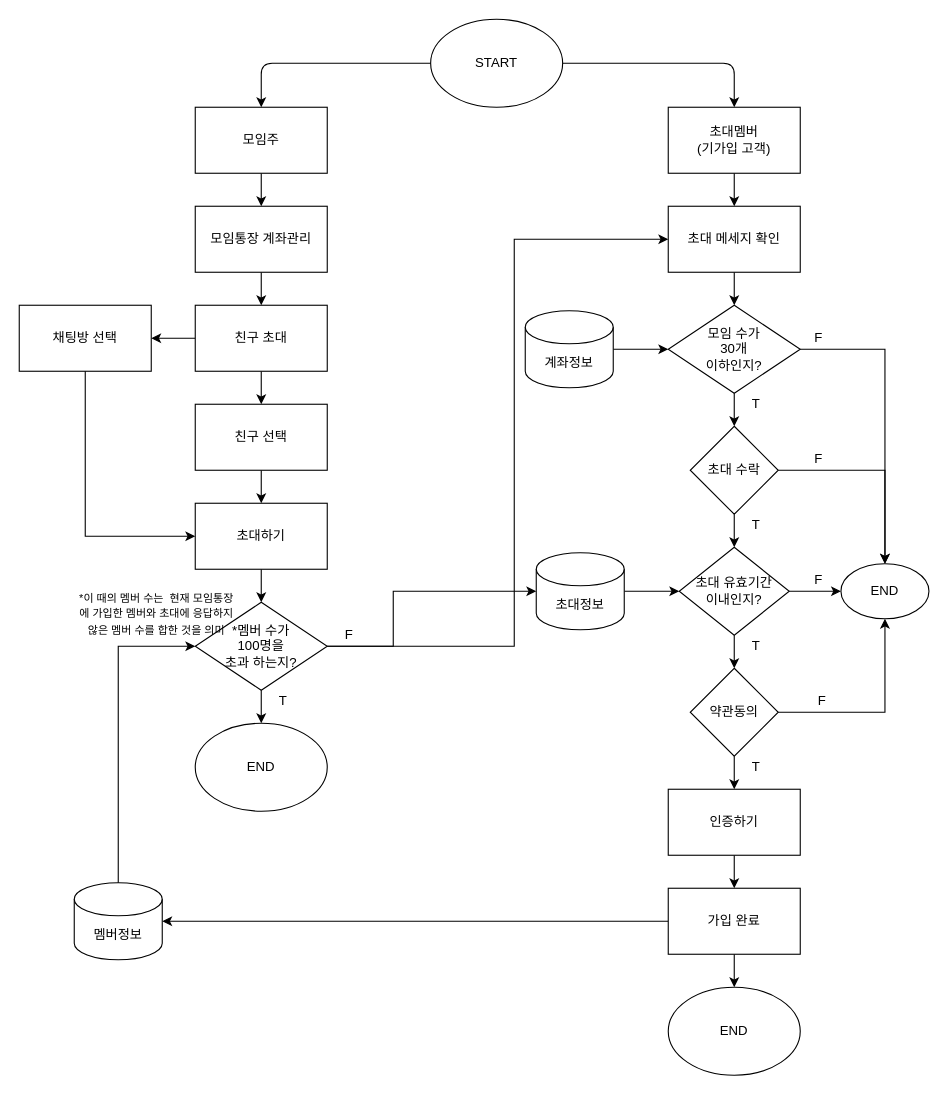
h22j2n/BeakJoon keeps this draw.io diagram as Untitled Diagram_2.drawio. Above is the earlier version. Source tidied: cells renumbered, new cells numbered last; positions are measured from the earlier drawing's top-left corner, leaving out a move shared by most shapes. Both pictures are drawn from the tidied source at 110%, with x=0, y=0 at pixel (19, 19).
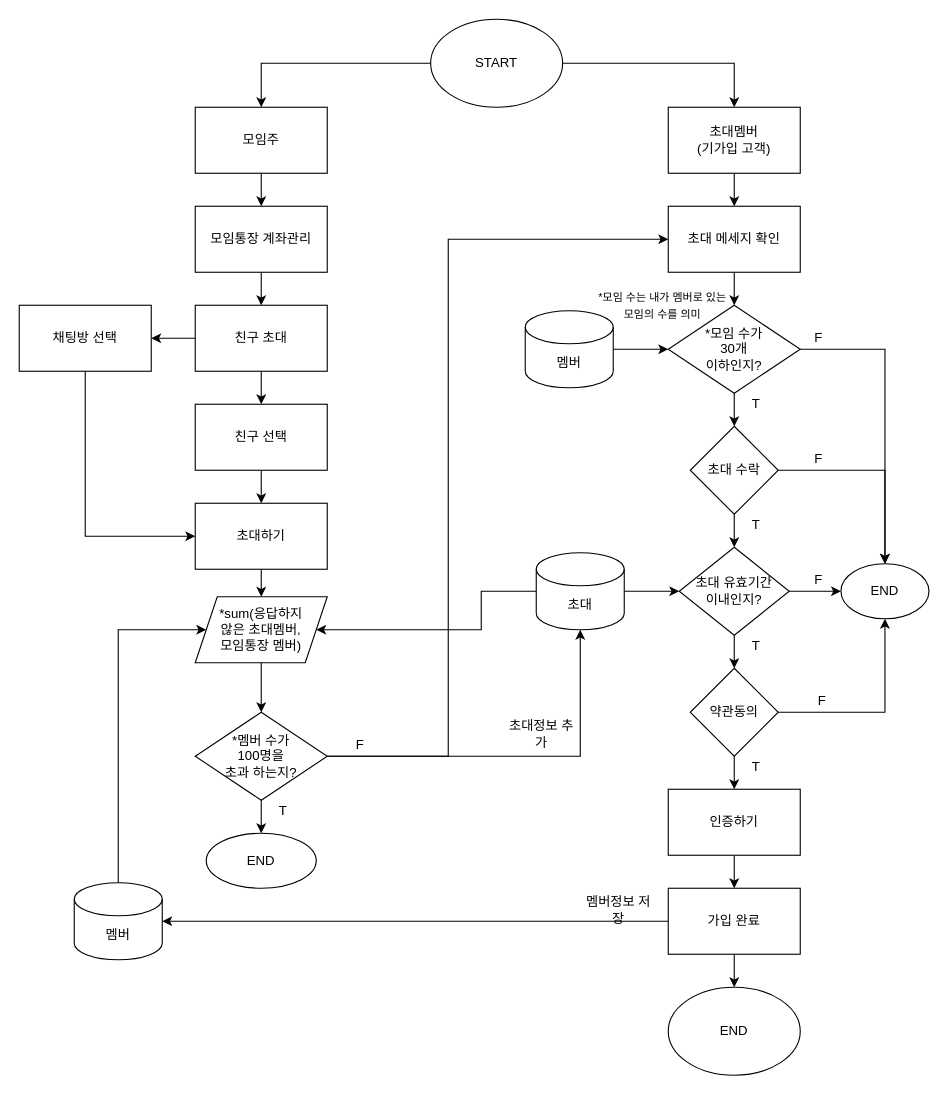
The same diagram, later.

Unchanged cells that the change refers to:
```xml
<mxCell id="2" value="START" style="ellipse;whiteSpace=wrap;html=1;" parent="1" vertex="1">
  <mxGeometry x="374" width="120" height="80" as="geometry" />
</mxCell>
<mxCell id="4" value="모임주" style="rounded=0;whiteSpace=wrap;html=1;" parent="1" vertex="1">
  <mxGeometry x="160" y="80" width="120" height="60" as="geometry" />
</mxCell>
<mxCell id="6" value="초대멤버&lt;br&gt;(기가입 고객)" style="rounded=0;whiteSpace=wrap;html=1;" parent="1" vertex="1">
  <mxGeometry x="590" y="80" width="120" height="60" as="geometry" />
</mxCell>
<mxCell id="19" value="초대하기" style="whiteSpace=wrap;html=1;rounded=0;" parent="1" vertex="1">
  <mxGeometry x="160" y="440" width="120" height="60" as="geometry" />
</mxCell>
<mxCell id="41" value="초대 메세지 확인" style="rounded=0;whiteSpace=wrap;html=1;" parent="1" vertex="1">
  <mxGeometry x="590" y="170" width="120" height="60" as="geometry" />
</mxCell>
```

The edit, as a diff of the source:
```diff
@@
-    <mxCell id="7" style="endArrow=classic;html=1;exitX=0;exitY=0.5;exitDx=0;exitDy=0;entryX=0.5;entryY=0;entryDx=0;entryDy=0;" parent="1" edge="1" source="2" target="4">
+    <mxCell id="7" style="endArrow=classic;html=1;exitX=0;exitY=0.5;exitDx=0;exitDy=0;entryX=0.5;entryY=0;entryDx=0;entryDy=0;rounded=0;" parent="1" edge="1" source="2" target="4">
       <mxGeometry relative="1" as="geometry">
         <Array as="points">
           <mxPoint x="220" y="40" />
         </Array>
       </mxGeometry>
     </mxCell>
-    <mxCell id="8" style="endArrow=classic;html=1;exitX=1;exitY=0.5;exitDx=0;exitDy=0;entryX=0.5;entryY=0;entryDx=0;entryDy=0;" parent="1" edge="1" source="2" target="6">
+    <mxCell id="8" style="endArrow=classic;html=1;exitX=1;exitY=0.5;exitDx=0;exitDy=0;entryX=0.5;entryY=0;entryDx=0;entryDy=0;rounded=0;" parent="1" edge="1" source="2" target="6">
       <mxGeometry relative="1" as="geometry">
         <Array as="points">
           <mxPoint x="650" y="40" />
         </Array>
       </mxGeometry>
     </mxCell>
@@
     <mxCell id="17" style="edgeStyle=orthogonalEdgeStyle;rounded=0;jettySize=auto;html=1;entryX=0;entryY=0.5;entryDx=0;entryDy=0;exitX=1;exitY=0.5;exitDx=0;exitDy=0;" parent="1" edge="1" source="45" target="41">
       <mxGeometry relative="1" as="geometry">
         <Array as="points">
-          <mxPoint x="450" y="570" />
-          <mxPoint x="450" y="200" />
+          <mxPoint x="390" y="670" />
+          <mxPoint x="390" y="200" />
         </Array>
       </mxGeometry>
     </mxCell>
-    <mxCell id="18" style="edgeStyle=orthogonalEdgeStyle;rounded=0;jettySize=auto;html=1;" parent="1" edge="1" source="19" target="45">
-      <mxGeometry relative="1" as="geometry" />
-    </mxCell>
+    <mxCell id="63" style="edgeStyle=orthogonalEdgeStyle;rounded=0;jettySize=auto;html=1;" parent="1" edge="1" source="19" target="67">
+      <mxGeometry relative="1" as="geometry" />
+    </mxCell>
@@
     <mxCell id="45" value="*멤버 수가&lt;br&gt;100명을&lt;br&gt;초과 하는지?" style="rhombus;whiteSpace=wrap;html=1;rounded=0;" parent="1" vertex="1">
-      <mxGeometry x="160" y="530" width="120" height="80" as="geometry" />
+      <mxGeometry x="160" y="630" width="120" height="80" as="geometry" />
     </mxCell>
     <mxCell id="46" value="END" style="ellipse;whiteSpace=wrap;html=1;rounded=0;" parent="1" vertex="1">
-      <mxGeometry x="160" y="640" width="120" height="80" as="geometry" />
+      <mxGeometry x="170" y="740" width="100" height="50" as="geometry" />
     </mxCell>
     <mxCell id="47" value="F" style="text;html=1;strokeColor=none;fillColor=none;align=center;verticalAlign=middle;whiteSpace=wrap;rounded=0;" parent="1" vertex="1">
-      <mxGeometry x="280" y="550" width="40" height="20" as="geometry" />
+      <mxGeometry x="290" y="650" width="40" height="20" as="geometry" />
     </mxCell>
     <mxCell id="48" value="T" style="text;html=1;strokeColor=none;fillColor=none;align=center;verticalAlign=middle;whiteSpace=wrap;rounded=0;" parent="1" vertex="1">
-      <mxGeometry x="220" y="610" width="40" height="20" as="geometry" />
+      <mxGeometry x="220" y="710" width="40" height="20" as="geometry" />
     </mxCell>
@@
-    <mxCell id="50" value="모임 수가&lt;br&gt;30개 &lt;br&gt;이하인지?" style="rhombus;whiteSpace=wrap;html=1;" parent="1" vertex="1">
+    <mxCell id="50" value="*모임 수가&lt;br&gt;30개 &lt;br&gt;이하인지?" style="rhombus;whiteSpace=wrap;html=1;" parent="1" vertex="1">
       <mxGeometry x="590" y="260" width="120" height="80" as="geometry" />
     </mxCell>
@@
-    <mxCell id="54" value="&lt;font style=&quot;font-size: 10px&quot;&gt;*이 때의 멤버 수는 &amp;nbsp;현재 모임통장에 가입한 멤버와 초대에 응답하지 않은 멤버 수를 합한 것을 의미&lt;/font&gt;" style="text;html=1;strokeColor=none;fillColor=none;align=center;verticalAlign=middle;whiteSpace=wrap;rounded=0;" parent="1" vertex="1">
-      <mxGeometry x="50" y="530" width="150" height="20" as="geometry" />
-    </mxCell>
@@
-    <mxCell id="57" value="계좌정보" style="shape=cylinder3;whiteSpace=wrap;html=1;boundedLbl=1;backgroundOutline=1;size=15;" parent="1" vertex="1">
+    <mxCell id="57" value="멤버" style="shape=cylinder3;whiteSpace=wrap;html=1;boundedLbl=1;backgroundOutline=1;size=15;" parent="1" vertex="1">
       <mxGeometry x="460" y="265" width="80" height="70" as="geometry" />
     </mxCell>
@@
-    <mxCell id="59" value="초대정보" style="shape=cylinder3;whiteSpace=wrap;html=1;boundedLbl=1;backgroundOutline=1;size=15;" parent="1" vertex="1">
+    <mxCell id="59" value="초대" style="shape=cylinder3;whiteSpace=wrap;html=1;boundedLbl=1;backgroundOutline=1;size=15;" parent="1" vertex="1">
       <mxGeometry x="470" y="485" width="80" height="70" as="geometry" />
     </mxCell>
-    <mxCell id="60" style="endArrow=classic;html=1;entryX=0;entryY=0.5;entryDx=0;entryDy=0;entryPerimeter=0;exitX=1;exitY=0.5;exitDx=0;exitDy=0;rounded=0;" parent="1" edge="1" source="45" target="59">
+    <mxCell id="60" style="endArrow=classic;html=1;entryX=0.5;entryY=1;entryDx=0;entryDy=0;entryPerimeter=0;exitX=1;exitY=0.5;exitDx=0;exitDy=0;rounded=0;" parent="1" edge="1" source="45" target="59">
       <mxGeometry relative="1" as="geometry">
         <Array as="points">
-          <mxPoint x="340" y="570" />
-          <mxPoint x="340" y="520" />
+          <mxPoint x="340" y="670" />
+          <mxPoint x="510" y="670" />
+          <mxPoint x="510" y="630" />
         </Array>
       </mxGeometry>
     </mxCell>
-    <mxCell id="61" value="멤버정보" style="shape=cylinder3;whiteSpace=wrap;html=1;boundedLbl=1;backgroundOutline=1;size=15;" parent="1" vertex="1">
+    <mxCell id="61" value="멤버" style="shape=cylinder3;whiteSpace=wrap;html=1;boundedLbl=1;backgroundOutline=1;size=15;" parent="1" vertex="1">
       <mxGeometry x="50" y="785" width="80" height="70" as="geometry" />
     </mxCell>
-    <mxCell id="62" style="endArrow=classic;html=1;exitX=0.5;exitY=0;exitDx=0;exitDy=0;exitPerimeter=0;entryX=0;entryY=0.5;entryDx=0;entryDy=0;rounded=0;" parent="1" edge="1" source="61" target="45">
+    <mxCell id="62" style="endArrow=classic;html=1;exitX=0.5;exitY=0;exitDx=0;exitDy=0;exitPerimeter=0;rounded=0;entryX=0;entryY=0.5;entryDx=0;entryDy=0;" parent="1" edge="1" source="61" target="67">
       <mxGeometry relative="1" as="geometry">
         <Array as="points">
-          <mxPoint x="90" y="570" />
+          <mxPoint x="90" y="555" />
         </Array>
       </mxGeometry>
     </mxCell>
+    <mxCell id="64" value="멤버정보 저장" style="text;html=1;strokeColor=none;fillColor=none;align=center;verticalAlign=middle;whiteSpace=wrap;rounded=0;" parent="1" vertex="1">
+      <mxGeometry x="510" y="800" width="70" height="20" as="geometry" />
+    </mxCell>
+    <mxCell id="65" value="초대정보 추가" style="text;html=1;strokeColor=none;fillColor=none;align=center;verticalAlign=middle;whiteSpace=wrap;rounded=0;" parent="1" vertex="1">
+      <mxGeometry x="440" y="640" width="70" height="20" as="geometry" />
+    </mxCell>
+    <mxCell id="66" style="edgeStyle=orthogonalEdgeStyle;rounded=0;jettySize=auto;html=1;entryX=0.5;entryY=0;entryDx=0;entryDy=0;" parent="1" edge="1" source="67" target="45">
+      <mxGeometry relative="1" as="geometry" />
+    </mxCell>
+    <mxCell id="67" value="*sum(응답하지 &lt;br&gt;않은 초대멤버,&lt;br&gt;모임통장 멤버)" style="shape=parallelogram;perimeter=parallelogramPerimeter;whiteSpace=wrap;html=1;fixedSize=1;rounded=0;" parent="1" vertex="1">
+      <mxGeometry x="160" y="525" width="120" height="60" as="geometry" />
+    </mxCell>
+    <mxCell id="68" style="endArrow=classic;html=1;exitX=0;exitY=0.5;exitDx=0;exitDy=0;exitPerimeter=0;entryX=1;entryY=0.5;entryDx=0;entryDy=0;rounded=0;" parent="1" edge="1" source="59" target="67">
+      <mxGeometry relative="1" as="geometry">
+        <Array as="points">
+          <mxPoint x="420" y="520" />
+          <mxPoint x="420" y="555" />
+        </Array>
+      </mxGeometry>
+    </mxCell>
+    <mxCell id="69" value="&lt;font style=&quot;font-size: 10px&quot;&gt;*모임 수는 내가 멤버로 있는 &lt;br&gt;모임의 수를 의미&lt;/font&gt;" style="text;html=1;strokeColor=none;fillColor=none;align=center;verticalAlign=middle;whiteSpace=wrap;rounded=0;" parent="1" vertex="1">
+      <mxGeometry x="520" y="250" width="130" height="20" as="geometry" />
+    </mxCell>
```
